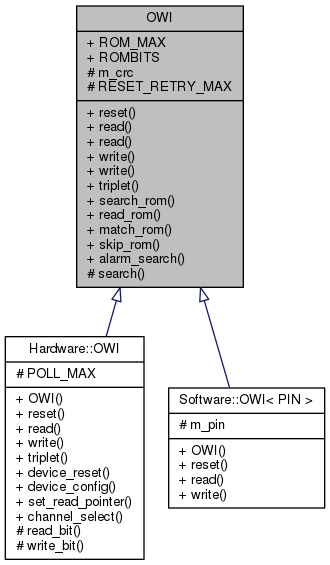
This is Arduino-OWI/da/d5e/classOWI__inherit__graph.png from mikaelpatel/mikaelpatel.github.io, a Graphviz export, as it was before one commit. Its source is kept beside it as Arduino-OWI/da/d5e/classOWI__inherit__graph.dot.
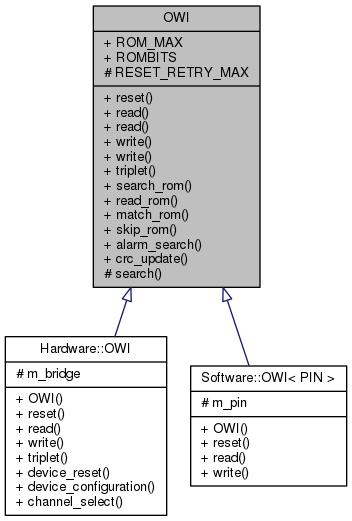
After the change.

What changed in the source:
```diff
@@ -2,9 +2,9 @@
 {
   edge [fontname="Helvetica",fontsize="10",labelfontname="Helvetica",labelfontsize="10"];
   node [fontname="Helvetica",fontsize="10",shape=record];
-  Node1 [label="{OWI\n|+ ROM_MAX\l+ ROMBITS\l# m_crc\l# RESET_RETRY_MAX\l|+ reset()\l+ read()\l+ read()\l+ write()\l+ write()\l+ triplet()\l+ search_rom()\l+ read_rom()\l+ match_rom()\l+ skip_rom()\l+ alarm_search()\l# search()\l}",height=0.2,width=0.4,color="black", fillcolor="grey75", style="filled", fontcolor="black"];
+  Node1 [label="{OWI\n|+ ROM_MAX\l+ ROMBITS\l# RESET_RETRY_MAX\l|+ reset()\l+ read()\l+ read()\l+ write()\l+ write()\l+ triplet()\l+ search_rom()\l+ read_rom()\l+ match_rom()\l+ skip_rom()\l+ alarm_search()\l+ crc_update()\l# search()\l}",height=0.2,width=0.4,color="black", fillcolor="grey75", style="filled", fontcolor="black"];
   Node1 -> Node2 [dir="back",color="midnightblue",fontsize="10",style="solid",arrowtail="onormal",fontname="Helvetica"];
-  Node2 [label="{Hardware::OWI\n|# POLL_MAX\l|+ OWI()\l+ reset()\l+ read()\l+ write()\l+ triplet()\l+ device_reset()\l+ device_config()\l+ set_read_pointer()\l+ channel_select()\l# read_bit()\l# write_bit()\l}",height=0.2,width=0.4,color="black", fillcolor="white", style="filled",URL="$d3/d22/classHardware_1_1OWI.html"];
+  Node2 [label="{Hardware::OWI\n|# m_bridge\l|+ OWI()\l+ reset()\l+ read()\l+ write()\l+ triplet()\l+ device_reset()\l+ device_configuration()\l+ channel_select()\l}",height=0.2,width=0.4,color="black", fillcolor="white", style="filled",URL="$d3/d22/classHardware_1_1OWI.html"];
   Node1 -> Node3 [dir="back",color="midnightblue",fontsize="10",style="solid",arrowtail="onormal",fontname="Helvetica"];
   Node3 [label="{Software::OWI\< PIN \>\n|# m_pin\l|+ OWI()\l+ reset()\l+ read()\l+ write()\l}",height=0.2,width=0.4,color="black", fillcolor="white", style="filled",URL="$d0/de1/classSoftware_1_1OWI.html"];
 }
```
